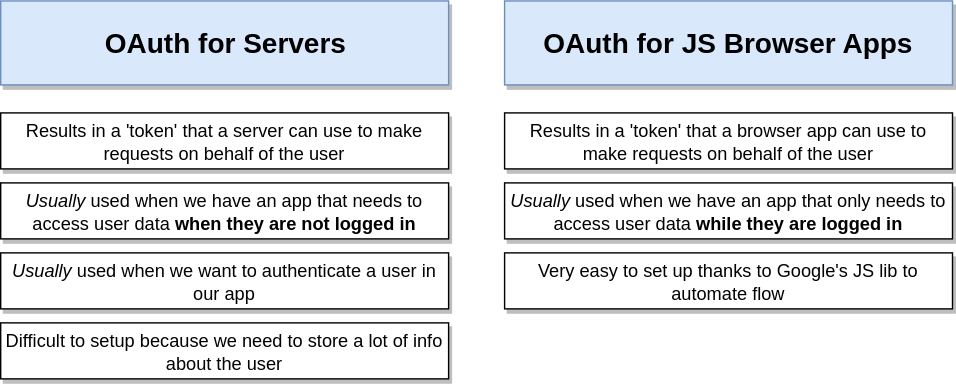
Earlier version of the draw.io export diagrams/types-of-oauth.svg (serodriguez68/react-cheatsheet-udemy-2019). Source tidied: cells renumbered, new cells last; positions are measured from the earlier drawing's top-left corner, leaving out a move shared by most shapes.
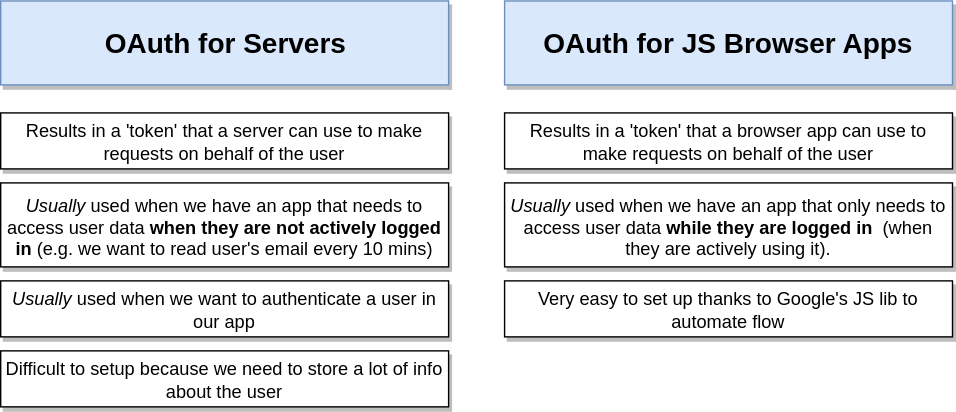
Later version of the same file.

The edit, as a diff of the source:
```diff
@@ -14,20 +14,20 @@
     <mxCell id="5" value="Results in a 'token' that a browser app can use to make requests on behalf of the user" style="rounded=0;whiteSpace=wrap;html=1;shadow=1;fontSize=13;align=center;" parent="1" vertex="1">
       <mxGeometry x="360" y="80" width="320" height="40" as="geometry" />
     </mxCell>
-    <mxCell id="6" value="&lt;i&gt;Usually&lt;/i&gt;&amp;nbsp;used when we have an app that needs to access user data &lt;b&gt;when they are not logged in&lt;/b&gt;" style="rounded=0;whiteSpace=wrap;html=1;shadow=1;fontSize=13;align=center;" parent="1" vertex="1">
-      <mxGeometry y="130" width="320" height="40" as="geometry" />
+    <mxCell id="6" value="&lt;i&gt;Usually&lt;/i&gt;&amp;nbsp;used when we have an app that needs to access user data &lt;b&gt;when they are not actively logged in &lt;/b&gt;(e.g. we want to read user's email every 10 mins)" style="rounded=0;whiteSpace=wrap;html=1;shadow=1;fontSize=13;align=center;" parent="1" vertex="1">
+      <mxGeometry y="130" width="320" height="60" as="geometry" />
     </mxCell>
-    <mxCell id="7" value="&lt;i&gt;Usually&lt;/i&gt;&amp;nbsp;used when we have an app that only needs to access user data &lt;b&gt;while they are logged in&lt;/b&gt;" style="rounded=0;whiteSpace=wrap;html=1;shadow=1;fontSize=13;align=center;" parent="1" vertex="1">
-      <mxGeometry x="360" y="130" width="320" height="40" as="geometry" />
+    <mxCell id="7" value="&lt;i&gt;Usually&lt;/i&gt;&amp;nbsp;used when we have an app that only needs to access user data &lt;b&gt;while they are logged in&amp;nbsp; &lt;/b&gt;(when they are actively using it)." style="rounded=0;whiteSpace=wrap;html=1;shadow=1;fontSize=13;align=center;" parent="1" vertex="1">
+      <mxGeometry x="360" y="130" width="320" height="60" as="geometry" />
     </mxCell>
     <mxCell id="8" value="Very easy to set up thanks to Google's JS lib to automate flow" style="rounded=0;whiteSpace=wrap;html=1;shadow=1;fontSize=13;align=center;" parent="1" vertex="1">
-      <mxGeometry x="360" y="180" width="320" height="40" as="geometry" />
+      <mxGeometry x="360" y="200" width="320" height="40" as="geometry" />
     </mxCell>
     <mxCell id="9" value="Difficult to setup because we need to store a lot of info about the user" style="rounded=0;whiteSpace=wrap;html=1;shadow=1;fontSize=13;align=center;" parent="1" vertex="1">
-      <mxGeometry y="230" width="320" height="40" as="geometry" />
+      <mxGeometry y="250" width="320" height="40" as="geometry" />
     </mxCell>
     <mxCell id="10" value="&lt;i&gt;Usually &lt;/i&gt;used when we want to authenticate a user in our app" style="rounded=0;whiteSpace=wrap;html=1;shadow=1;fontSize=13;align=center;" parent="1" vertex="1">
-      <mxGeometry y="180" width="320" height="40" as="geometry" />
+      <mxGeometry y="200" width="320" height="40" as="geometry" />
     </mxCell>
   </root>
 </mxGraphModel>
```
